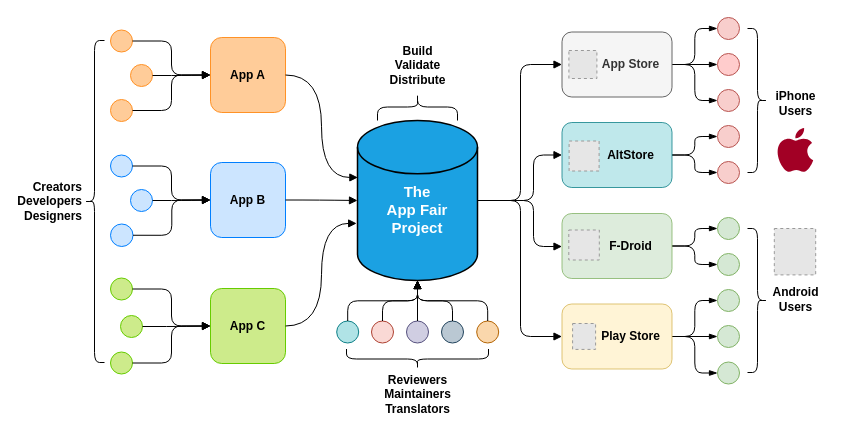
Above: page "appfair-project" (1 of 8) of assets/images/appfair-project.drawio in fairapps/fairapps.github.io (draw.io), before the change. Source tidied: cells renumbered, new cells numbered last; positions are measured from the earlier drawing's top-left corner, leaving out a move shared by most shapes. Both pictures are drawn from the tidied source at 100%, with x=0, y=0 at pixel (84, 17). Pictures stored in the file or linked from it are replaced by grey dashed boxes.
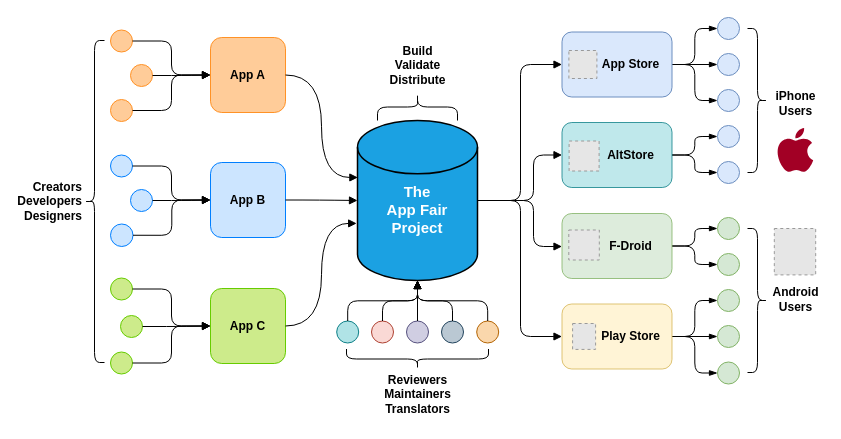
After the change.

Diff of the diagram source:
```diff
@@
-    <mxCell id="5" style="ellipse;whiteSpace=wrap;html=1;fillColor=#f8cecc;strokeColor=#b85450;" parent="1" vertex="1">
+    <mxCell id="5" style="ellipse;whiteSpace=wrap;html=1;fillColor=#dae8fc;strokeColor=#6c8ebf;" parent="1" vertex="1">
       <mxGeometry x="633" y="144" width="22" height="22" as="geometry" />
     </mxCell>
-    <mxCell id="6" style="ellipse;whiteSpace=wrap;html=1;fillColor=#f8cecc;strokeColor=#b85450;" parent="1" vertex="1">
+    <mxCell id="6" style="ellipse;whiteSpace=wrap;html=1;fillColor=#dae8fc;strokeColor=#6c8ebf;" parent="1" vertex="1">
       <mxGeometry x="633" y="108" width="22" height="22" as="geometry" />
     </mxCell>
@@
-    <mxCell id="56" value="App Store" style="whiteSpace=wrap;html=1;rounded=1;fontStyle=1;fontSize=12;spacingLeft=27;fillColor=#f5f5f5;fontColor=#333333;strokeColor=#666666;" parent="1" vertex="1">
+    <mxCell id="56" value="App Store" style="whiteSpace=wrap;html=1;rounded=1;fontStyle=1;fontSize=12;spacingLeft=27;fillColor=#dae8fc;strokeColor=#6c8ebf;" parent="1" vertex="1">
       <mxGeometry x="477.5" y="14.5" width="110" height="65" as="geometry" />
     </mxCell>
-    <mxCell id="57" style="ellipse;whiteSpace=wrap;html=1;fillColor=#f8cecc;strokeColor=#b85450;" parent="1" vertex="1">
+    <mxCell id="57" style="ellipse;whiteSpace=wrap;html=1;fillColor=#dae8fc;strokeColor=#6c8ebf;" parent="1" vertex="1">
       <mxGeometry x="633" width="22" height="22" as="geometry" />
     </mxCell>
-    <mxCell id="58" style="ellipse;whiteSpace=wrap;html=1;fillColor=#ffcccc;strokeColor=light-dark(#b85450, #babdc0);" parent="1" vertex="1">
+    <mxCell id="58" style="ellipse;whiteSpace=wrap;html=1;fillColor=#dae8fc;strokeColor=#6c8ebf;" parent="1" vertex="1">
       <mxGeometry x="633" y="36" width="22" height="22" as="geometry" />
     </mxCell>
-    <mxCell id="59" style="ellipse;whiteSpace=wrap;html=1;fillColor=#f8cecc;strokeColor=#b85450;" parent="1" vertex="1">
+    <mxCell id="59" style="ellipse;whiteSpace=wrap;html=1;fillColor=#dae8fc;strokeColor=#6c8ebf;" parent="1" vertex="1">
       <mxGeometry x="633" y="72" width="22" height="22" as="geometry" />
     </mxCell>
```
